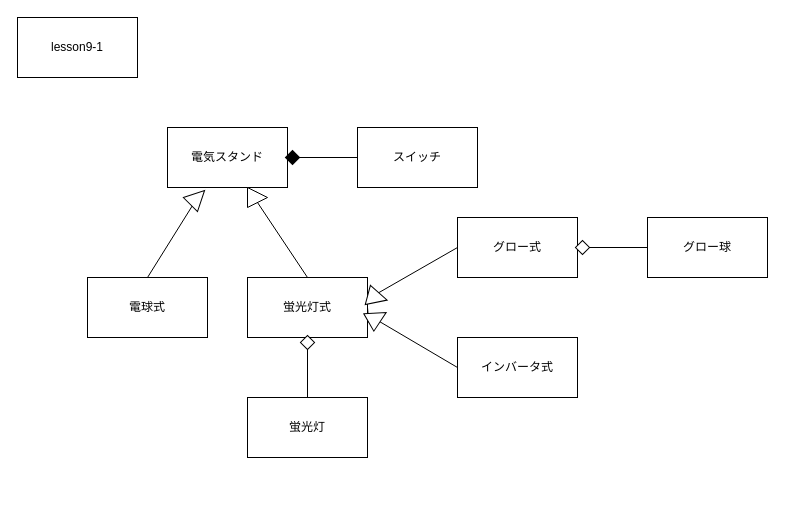
Above: lesson9/9-1.drawio in hirutashougo/UML_introduction (draw.io), before the change. Source tidied: cells renumbered, new cells numbered last; positions are measured from the earlier drawing's top-left corner, leaving out a move shared by most shapes. Both pictures are drawn from the tidied source at 100%, with x=0, y=0 at pixel (17, 17).
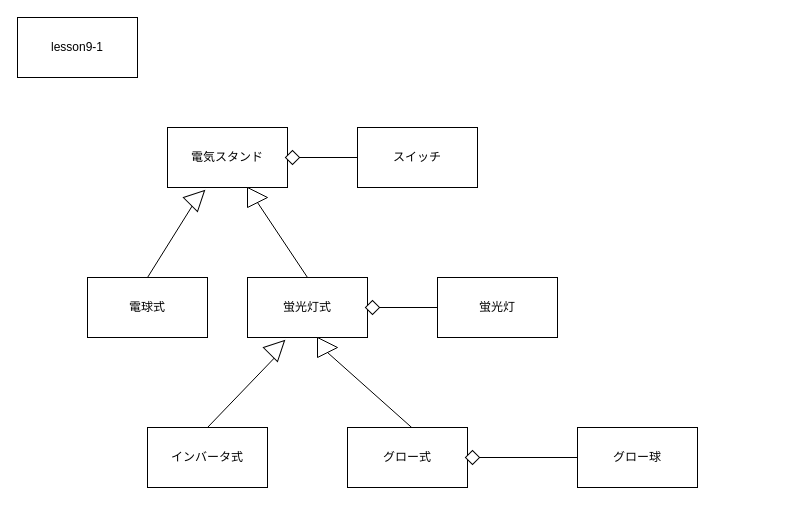
The same diagram, later.

Unchanged cells that the change refers to:
```xml
<mxCell id="6" value="蛍光灯式" style="rounded=0;whiteSpace=wrap;html=1;" parent="1" vertex="1">
  <mxGeometry x="230" y="260" width="120" height="60" as="geometry" />
</mxCell>
```

The edit, as a diff of the source:
```diff
@@
     <mxCell id="4" value="蛍光灯" style="rounded=0;whiteSpace=wrap;html=1;" parent="1" vertex="1">
-      <mxGeometry x="230" y="380" width="120" height="60" as="geometry" />
+      <mxGeometry x="420" y="260" width="120" height="60" as="geometry" />
     </mxCell>
@@
     <mxCell id="7" value="グロー式" style="rounded=0;whiteSpace=wrap;html=1;" parent="1" vertex="1">
-      <mxGeometry x="440" y="200" width="120" height="60" as="geometry" />
+      <mxGeometry x="330" y="410" width="120" height="60" as="geometry" />
     </mxCell>
     <mxCell id="8" value="インバータ式" style="rounded=0;whiteSpace=wrap;html=1;" parent="1" vertex="1">
-      <mxGeometry x="440" y="320" width="120" height="60" as="geometry" />
+      <mxGeometry x="130" y="410" width="120" height="60" as="geometry" />
     </mxCell>
     <mxCell id="9" value="グロー球" style="rounded=0;whiteSpace=wrap;html=1;" parent="1" vertex="1">
-      <mxGeometry x="630" y="200" width="120" height="60" as="geometry" />
+      <mxGeometry x="560" y="410" width="120" height="60" as="geometry" />
     </mxCell>
@@
-    <mxCell id="12" style="endArrow=none;html=1;rounded=0;exitX=0.5;exitY=0;exitDx=0;exitDy=0;entryX=0.5;entryY=1;entryDx=0;entryDy=0;" parent="1" edge="1" source="4" target="6">
+    <mxCell id="12" style="endArrow=none;html=1;rounded=0;exitX=0;exitY=0.5;exitDx=0;exitDy=0;entryX=1;entryY=0.5;entryDx=0;entryDy=0;" parent="1" edge="1" source="23" target="6">
       <mxGeometry relative="1" as="geometry" />
     </mxCell>
-    <mxCell id="13" style="endArrow=none;html=1;rounded=0;exitX=0.5;exitY=0;exitDx=0;exitDy=0;entryX=0;entryY=0.5;entryDx=0;entryDy=0;" parent="1" edge="1" source="20" target="7">
+    <mxCell id="13" style="endArrow=none;html=1;rounded=0;exitX=0.5;exitY=1;exitDx=0;exitDy=0;entryX=0.536;entryY=0.002;entryDx=0;entryDy=0;entryPerimeter=0;" parent="1" edge="1" source="20" target="7">
       <mxGeometry relative="1" as="geometry" />
     </mxCell>
-    <mxCell id="14" style="endArrow=none;html=1;rounded=0;exitX=0.5;exitY=1;exitDx=0;exitDy=0;entryX=0;entryY=0.5;entryDx=0;entryDy=0;" parent="1" edge="1" source="22" target="8">
+    <mxCell id="14" style="endArrow=none;html=1;rounded=0;exitX=0.5;exitY=1;exitDx=0;exitDy=0;entryX=0.5;entryY=0;entryDx=0;entryDy=0;" parent="1" edge="1" source="22" target="8">
       <mxGeometry relative="1" as="geometry" />
     </mxCell>
-    <mxCell id="15" style="endArrow=none;html=1;rounded=0;exitX=1;exitY=0.5;exitDx=0;exitDy=0;entryX=0;entryY=0.5;entryDx=0;entryDy=0;" parent="1" edge="1" source="7" target="9">
+    <mxCell id="15" style="endArrow=none;html=1;rounded=0;exitX=1;exitY=0;exitDx=0;exitDy=0;entryX=0;entryY=0.5;entryDx=0;entryDy=0;" parent="1" edge="1" source="16" target="9">
       <mxGeometry relative="1" as="geometry" />
     </mxCell>
-    <mxCell id="16" style="whiteSpace=wrap;html=1;rotation=45;fillColor=#FFFFFF;" parent="1" vertex="1">
-      <mxGeometry x="560" y="225" width="10" height="10" as="geometry" />
-    </mxCell>
@@
-    <mxCell id="20" style="triangle;whiteSpace=wrap;html=1;rotation=15;" parent="1" vertex="1">
-      <mxGeometry x="350" y="270" width="20" height="20" as="geometry" />
+    <mxCell id="20" style="triangle;whiteSpace=wrap;html=1;rotation=0;" parent="1" vertex="1">
+      <mxGeometry x="300" y="320" width="20" height="20" as="geometry" />
     </mxCell>
-    <mxCell id="21" style="endArrow=none;html=1;rounded=0;exitX=1;exitY=0.5;exitDx=0;exitDy=0;entryX=0;entryY=0.5;entryDx=0;entryDy=0;" parent="1" edge="1" source="6" target="22">
-      <mxGeometry relative="1" as="geometry" />
-    </mxCell>
-    <mxCell id="22" style="triangle;whiteSpace=wrap;html=1;rotation=-30;" parent="1" vertex="1">
-      <mxGeometry x="350" y="290" width="20" height="20" as="geometry" />
+    <mxCell id="22" style="triangle;whiteSpace=wrap;html=1;rotation=-45;" parent="1" vertex="1">
+      <mxGeometry x="250" y="320" width="20" height="20" as="geometry" />
     </mxCell>
-    <mxCell id="23" style="whiteSpace=wrap;html=1;rotation=45;fillColor=#FFFFFF;" parent="1" vertex="1">
-      <mxGeometry x="285" y="320" width="10" height="10" as="geometry" />
-    </mxCell>
@@
-    <mxCell id="26" style="whiteSpace=wrap;html=1;rotation=45;fillColor=#000000;strokeColor=#000000;" parent="1" vertex="1">
+    <mxCell id="26" style="whiteSpace=wrap;html=1;rotation=45;fillColor=#FFFFFF;strokeColor=#000000;" parent="1" vertex="1">
       <mxGeometry x="270" y="135" width="10" height="10" as="geometry" />
     </mxCell>
+    <mxCell id="27" style="endArrow=none;html=1;rounded=0;exitX=0;exitY=0.5;exitDx=0;exitDy=0;entryX=1;entryY=0;entryDx=0;entryDy=0;" parent="1" edge="1" source="4" target="23">
+      <mxGeometry relative="1" as="geometry" />
+    </mxCell>
+    <mxCell id="23" style="whiteSpace=wrap;html=1;rotation=45;fillColor=#FFFFFF;" parent="1" vertex="1">
+      <mxGeometry x="350" y="285" width="10" height="10" as="geometry" />
+    </mxCell>
+    <mxCell id="28" style="endArrow=none;html=1;rounded=0;exitX=1;exitY=0.5;exitDx=0;exitDy=0;entryX=0;entryY=0.5;entryDx=0;entryDy=0;" parent="1" edge="1" source="7" target="16">
+      <mxGeometry relative="1" as="geometry" />
+    </mxCell>
+    <mxCell id="16" style="whiteSpace=wrap;html=1;rotation=45;fillColor=#FFFFFF;" parent="1" vertex="1">
+      <mxGeometry x="450" y="435" width="10" height="10" as="geometry" />
+    </mxCell>
```
